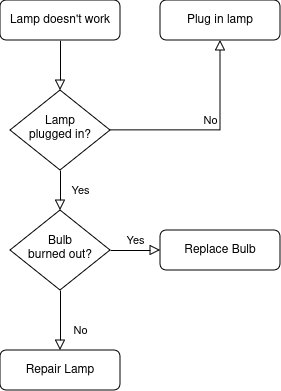
This is Architecture Diagram.drawio.png from gryphon2411/temporary, a draw.io export, as it was before one commit. Source tidied: cells renumbered, new cells last; positions are measured from the earlier drawing's top-left corner, leaving out a move shared by most shapes. Its diagram source:
```xml
<mxGraphModel>
  <root>
    <mxCell id="0" />
    <mxCell id="1" parent="0" />
    <mxCell id="2" style="rounded=0;html=1;jettySize=auto;fontSize=11;endArrow=block;endFill=0;endSize=8;strokeWidth=1;shadow=0;labelBackgroundColor=none;edgeStyle=orthogonalEdgeStyle;" parent="1" edge="1" source="3" target="6">
      <mxGeometry relative="1" as="geometry" />
    </mxCell>
    <mxCell id="3" value="Lamp doesn't work" style="rounded=1;whiteSpace=wrap;html=1;fontSize=12;glass=0;strokeWidth=1;shadow=0;" parent="1" vertex="1">
      <mxGeometry width="120" height="40" as="geometry" />
    </mxCell>
    <mxCell id="4" value="Yes" style="rounded=0;html=1;jettySize=auto;fontSize=11;endArrow=block;endFill=0;endSize=8;strokeWidth=1;shadow=0;labelBackgroundColor=none;edgeStyle=orthogonalEdgeStyle;" parent="1" edge="1" source="6" target="10">
      <mxGeometry y="20" relative="1" as="geometry" />
    </mxCell>
    <mxCell id="5" value="No" style="edgeStyle=orthogonalEdgeStyle;rounded=0;html=1;jettySize=auto;fontSize=11;endArrow=block;endFill=0;endSize=8;strokeWidth=1;shadow=0;labelBackgroundColor=none;" parent="1" edge="1" source="6" target="7">
      <mxGeometry y="10" relative="1" as="geometry" />
    </mxCell>
    <mxCell id="6" value="Lamp&lt;br&gt;plugged in?" style="rhombus;whiteSpace=wrap;html=1;shadow=0;fontFamily=Helvetica;fontSize=12;align=center;strokeWidth=1;spacing=6;spacingTop=-4;" parent="1" vertex="1">
      <mxGeometry x="10" y="90" width="100" height="80" as="geometry" />
    </mxCell>
    <mxCell id="7" value="Plug in lamp" style="rounded=1;whiteSpace=wrap;html=1;fontSize=12;glass=0;strokeWidth=1;shadow=0;" parent="1" vertex="1">
      <mxGeometry x="160" width="120" height="40" as="geometry" />
    </mxCell>
    <mxCell id="8" value="No" style="rounded=0;html=1;jettySize=auto;fontSize=11;endArrow=block;endFill=0;endSize=8;strokeWidth=1;shadow=0;labelBackgroundColor=none;edgeStyle=orthogonalEdgeStyle;" parent="1" edge="1" source="10" target="11">
      <mxGeometry x="0.33" y="20" relative="1" as="geometry" />
    </mxCell>
    <mxCell id="9" value="Yes" style="edgeStyle=orthogonalEdgeStyle;rounded=0;html=1;jettySize=auto;fontSize=11;endArrow=block;endFill=0;endSize=8;strokeWidth=1;shadow=0;labelBackgroundColor=none;" parent="1" edge="1" source="10" target="12">
      <mxGeometry y="10" relative="1" as="geometry" />
    </mxCell>
    <mxCell id="10" value="Bulb&lt;br&gt;burned out?" style="rhombus;whiteSpace=wrap;html=1;shadow=0;fontFamily=Helvetica;fontSize=12;align=center;strokeWidth=1;spacing=6;spacingTop=-4;" parent="1" vertex="1">
      <mxGeometry x="10" y="210" width="100" height="80" as="geometry" />
    </mxCell>
    <mxCell id="11" value="Repair Lamp" style="rounded=1;whiteSpace=wrap;html=1;fontSize=12;glass=0;strokeWidth=1;shadow=0;" parent="1" vertex="1">
      <mxGeometry y="350" width="120" height="40" as="geometry" />
    </mxCell>
    <mxCell id="12" value="Replace Bulb" style="rounded=1;whiteSpace=wrap;html=1;fontSize=12;glass=0;strokeWidth=1;shadow=0;" parent="1" vertex="1">
      <mxGeometry x="160" y="230" width="120" height="40" as="geometry" />
    </mxCell>
  </root>
</mxGraphModel>
```
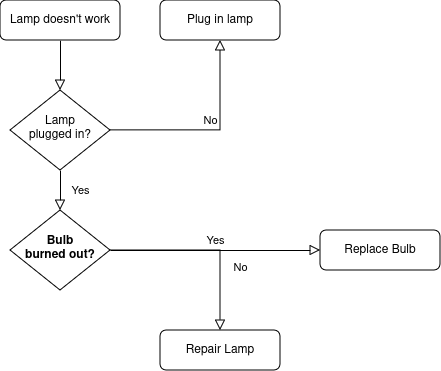
After the commit.

The edit, as a diff of the source:
```diff
@@ -1,4 +1,4 @@
-<mxGraphModel>
+<mxGraphModel background="#FFFFFF">
   <root>
     <mxCell id="0" />
     <mxCell id="1" parent="0" />
@@ -26,14 +26,14 @@
     <mxCell id="9" value="Yes" style="edgeStyle=orthogonalEdgeStyle;rounded=0;html=1;jettySize=auto;fontSize=11;endArrow=block;endFill=0;endSize=8;strokeWidth=1;shadow=0;labelBackgroundColor=none;" parent="1" edge="1" source="10" target="12">
       <mxGeometry y="10" relative="1" as="geometry" />
     </mxCell>
-    <mxCell id="10" value="Bulb&lt;br&gt;burned out?" style="rhombus;whiteSpace=wrap;html=1;shadow=0;fontFamily=Helvetica;fontSize=12;align=center;strokeWidth=1;spacing=6;spacingTop=-4;" parent="1" vertex="1">
+    <mxCell id="10" value="Bulb&lt;br&gt;burned out?" style="rhombus;whiteSpace=wrap;html=1;shadow=0;fontFamily=Helvetica;fontSize=12;align=center;strokeWidth=1;spacing=6;spacingTop=-4;fontStyle=1;" parent="1" vertex="1">
       <mxGeometry x="10" y="210" width="100" height="80" as="geometry" />
     </mxCell>
     <mxCell id="11" value="Repair Lamp" style="rounded=1;whiteSpace=wrap;html=1;fontSize=12;glass=0;strokeWidth=1;shadow=0;" parent="1" vertex="1">
-      <mxGeometry y="350" width="120" height="40" as="geometry" />
+      <mxGeometry x="160" y="330" width="120" height="40" as="geometry" />
     </mxCell>
     <mxCell id="12" value="Replace Bulb" style="rounded=1;whiteSpace=wrap;html=1;fontSize=12;glass=0;strokeWidth=1;shadow=0;" parent="1" vertex="1">
-      <mxGeometry x="160" y="230" width="120" height="40" as="geometry" />
+      <mxGeometry x="320" y="230" width="120" height="40" as="geometry" />
     </mxCell>
   </root>
 </mxGraphModel>
```
